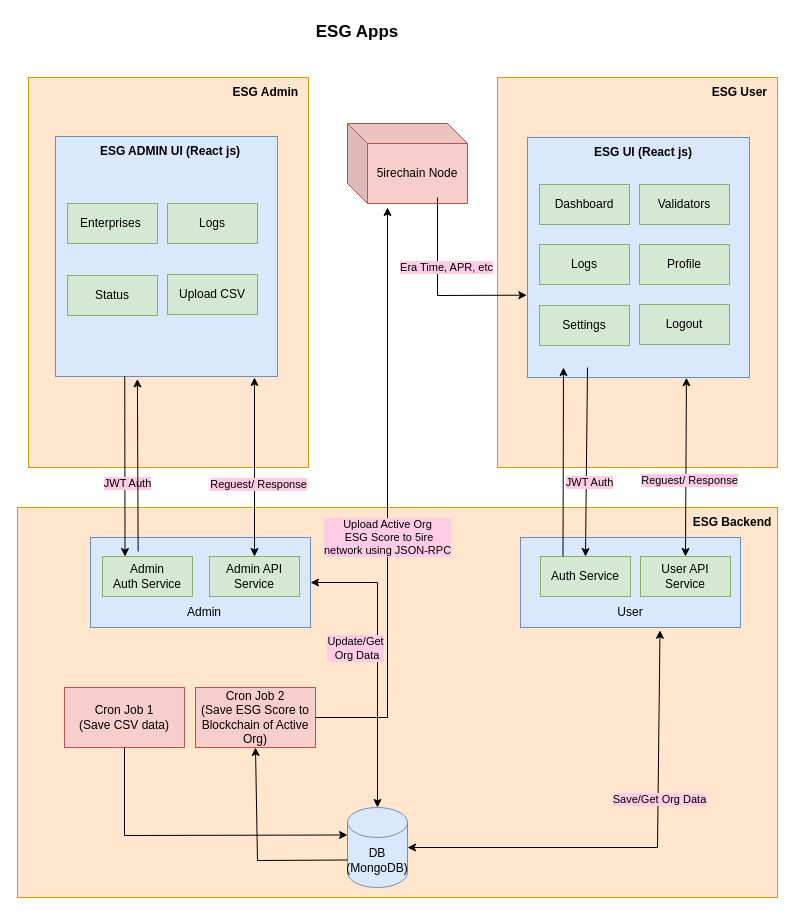
Before: esgapp.drawio in kulwindersingh-ant/drawio, a draw.io diagram. Source tidied: cells renumbered, new cells numbered last; positions are measured from the earlier drawing's top-left corner, leaving out a move shared by most shapes. Both pictures are drawn from the tidied source at 100%, with x=0, y=0 at pixel (17, 17).
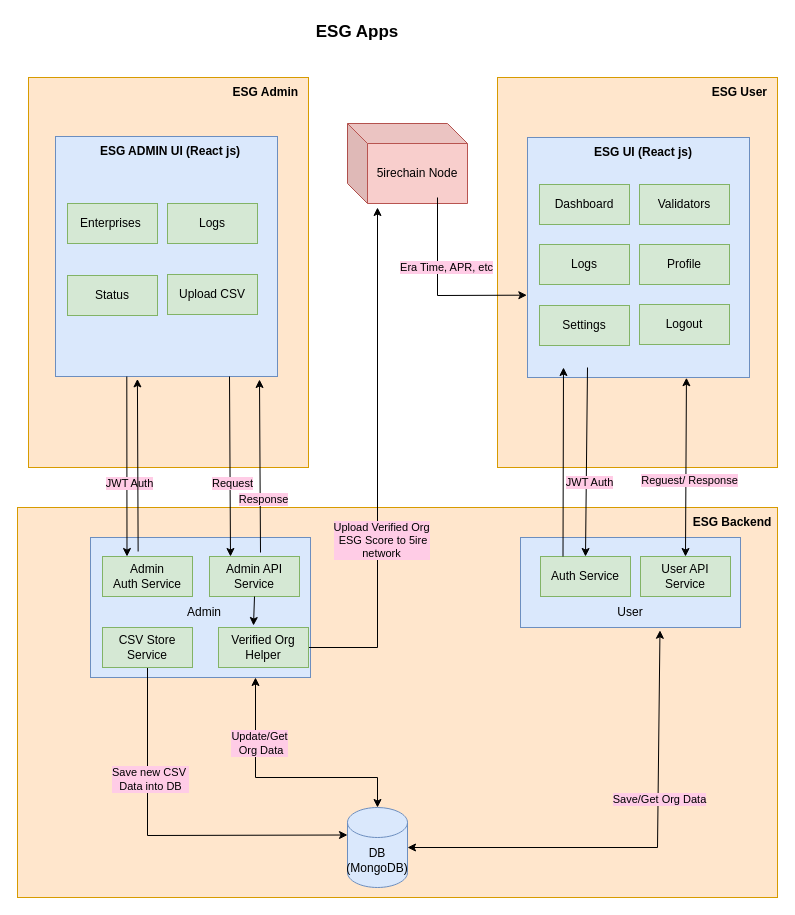
After the change.

The change refers to these unchanged cells:
```xml
<mxCell id="25" style="rounded=0;whiteSpace=wrap;html=1;fillColor=#dae8fc;strokeColor=#6c8ebf;" parent="1" vertex="1">
  <mxGeometry x="38" y="119" width="222" height="240" as="geometry" />
</mxCell>
<mxCell id="33" value="Admin&lt;br&gt;Auth Service" style="rounded=0;whiteSpace=wrap;html=1;fillColor=#d5e8d4;strokeColor=#82b366;" parent="1" vertex="1">
  <mxGeometry x="85" y="539" width="90" height="40" as="geometry" />
</mxCell>
<mxCell id="34" value="Admin API Service" style="rounded=0;whiteSpace=wrap;html=1;fillColor=#d5e8d4;strokeColor=#82b366;" parent="1" vertex="1">
  <mxGeometry x="192" y="539" width="90" height="40" as="geometry" />
</mxCell>
<mxCell id="41" value="DB&lt;br&gt;(MongoDB)" style="shape=cylinder3;whiteSpace=wrap;html=1;boundedLbl=1;backgroundOutline=1;size=15;fillColor=#dae8fc;strokeColor=#6c8ebf;" parent="1" vertex="1">
  <mxGeometry x="330" y="790" width="60" height="80" as="geometry" />
</mxCell>
```

The edit, as a diff of the source:
```diff
@@
     <mxCell id="32" style="rounded=0;whiteSpace=wrap;html=1;fillColor=#dae8fc;strokeColor=#6c8ebf;" parent="1" vertex="1">
-      <mxGeometry x="73" y="520" width="220" height="90" as="geometry" />
+      <mxGeometry x="73" y="520" width="220" height="140" as="geometry" />
     </mxCell>
@@
-    <mxCell id="36" style="endArrow=classic;html=1;rounded=0;exitX=0.312;exitY=1;exitDx=0;exitDy=0;entryX=0.25;entryY=0;entryDx=0;entryDy=0;exitPerimeter=0;" parent="1" edge="1" source="25" target="33">
-      <mxGeometry relative="1" as="geometry" />
+    <mxCell id="36" style="endArrow=classic;html=1;rounded=0;exitX=0.312;exitY=1;exitDx=0;exitDy=0;entryX=0.25;entryY=0;entryDx=0;entryDy=0;exitPerimeter=0;" parent="1" edge="1">
+      <mxGeometry relative="1" as="geometry">
+        <mxPoint x="109.3" y="359" as="sourcePoint" />
+        <mxPoint x="109.5" y="539" as="targetPoint" />
+      </mxGeometry>
     </mxCell>
@@
-    <mxCell id="39" style="endArrow=classic;startArrow=classic;html=1;rounded=0;entryX=0.5;entryY=0;entryDx=0;entryDy=0;" parent="1" edge="1" target="34">
-      <mxGeometry relative="1" as="geometry">
-        <mxPoint x="237" y="360" as="sourcePoint" />
-      </mxGeometry>
-    </mxCell>
-    <mxCell id="40" value="Reguest/ Response" style="edgeLabel;html=1;align=center;verticalAlign=middle;labelBackgroundColor=#FFCCE6;" parent="39" vertex="1">
-      <mxGeometry x="-0.03" y="3" relative="1" as="geometry">
-        <mxPoint y="19" as="offset" />
-      </mxGeometry>
-    </mxCell>
@@
-    <mxCell id="44" style="endArrow=classic;startArrow=classic;html=1;rounded=0;entryX=1;entryY=0.5;entryDx=0;entryDy=0;exitX=0.5;exitY=0;exitDx=0;exitDy=0;exitPerimeter=0;" parent="1" edge="1" source="41" target="32">
+    <mxCell id="44" style="endArrow=classic;startArrow=classic;html=1;rounded=0;exitX=0.5;exitY=0;exitDx=0;exitDy=0;exitPerimeter=0;entryX=0.75;entryY=1;entryDx=0;entryDy=0;" parent="1" edge="1" source="41" target="32">
       <mxGeometry relative="1" as="geometry">
         <Array as="points">
-          <mxPoint x="360" y="565" />
+          <mxPoint x="360" y="760" />
+          <mxPoint x="238" y="760" />
         </Array>
       </mxGeometry>
     </mxCell>
     <mxCell id="45" value="Update/Get&lt;br&gt;&amp;nbsp;Org Data" style="edgeLabel;html=1;align=center;verticalAlign=middle;labelBackgroundColor=#FFCCE6;" parent="44" vertex="1">
       <mxGeometry x="0.28" y="-1" relative="1" as="geometry">
-        <mxPoint x="-24" y="27" as="offset" />
+        <mxPoint x="2" y="-26" as="offset" />
       </mxGeometry>
     </mxCell>
-    <mxCell id="46" value="Cron Job 1&lt;br&gt;(Save CSV data)" style="rounded=0;whiteSpace=wrap;html=1;fillColor=#f8cecc;strokeColor=#b85450;" parent="1" vertex="1">
-      <mxGeometry x="47" y="670" width="120" height="60" as="geometry" />
-    </mxCell>
-    <mxCell id="47" style="endArrow=classic;html=1;rounded=0;exitX=0.5;exitY=1;exitDx=0;exitDy=0;entryX=0;entryY=0;entryDx=0;entryDy=27.5;entryPerimeter=0;" parent="1" edge="1" source="46" target="41">
+    <mxCell id="47" style="endArrow=classic;html=1;rounded=0;exitX=0.5;exitY=1;exitDx=0;exitDy=0;entryX=0;entryY=0;entryDx=0;entryDy=27.5;entryPerimeter=0;" parent="1" edge="1" source="55" target="41">
       <mxGeometry relative="1" as="geometry">
         <Array as="points">
-          <mxPoint x="107" y="818" />
+          <mxPoint x="130" y="818" />
         </Array>
       </mxGeometry>
     </mxCell>
-    <mxCell id="48" value="Cron Job 2&lt;br&gt;(Save ESG Score to Blockchain of Active Org)" style="rounded=0;whiteSpace=wrap;html=1;fillColor=#f8cecc;strokeColor=#b85450;" parent="1" vertex="1">
-      <mxGeometry x="178" y="670" width="120" height="60" as="geometry" />
-    </mxCell>
-    <mxCell id="49" style="endArrow=classic;html=1;rounded=0;entryX=0.5;entryY=1;entryDx=0;entryDy=0;exitX=0;exitY=0;exitDx=0;exitDy=52.5;exitPerimeter=0;" parent="1" edge="1" source="41" target="48">
-      <mxGeometry relative="1" as="geometry">
-        <Array as="points">
-          <mxPoint x="240" y="843" />
-        </Array>
-      </mxGeometry>
-    </mxCell>
@@
-    <mxCell id="53" style="endArrow=classic;html=1;rounded=0;exitX=1;exitY=0.5;exitDx=0;exitDy=0;" parent="1" edge="1" source="48">
+    <mxCell id="53" style="endArrow=classic;html=1;rounded=0;" parent="1" edge="1" source="57">
       <mxGeometry relative="1" as="geometry">
-        <mxPoint x="370" y="190" as="targetPoint" />
+        <mxPoint x="360" y="190" as="targetPoint" />
         <Array as="points">
-          <mxPoint x="370" y="700" />
+          <mxPoint x="360" y="630" />
         </Array>
       </mxGeometry>
     </mxCell>
-    <mxCell id="54" value="Upload Active Org&lt;br&gt;&amp;nbsp;ESG Score to&amp;nbsp;5ire &lt;br&gt;network using JSON-RPC" style="edgeLabel;html=1;align=center;verticalAlign=middle;labelBackgroundColor=#FFCCE6;" parent="53" vertex="1">
+    <mxCell id="54" value="Upload Verified Org&lt;br&gt;&amp;nbsp;ESG Score to&amp;nbsp;5ire &lt;br&gt;network" style="edgeLabel;html=1;align=center;verticalAlign=middle;labelBackgroundColor=#FFCCE6;" parent="53" vertex="1">
       <mxGeometry x="-0.09" y="1" relative="1" as="geometry">
-        <mxPoint y="12" as="offset" />
+        <mxPoint x="4" y="55" as="offset" />
       </mxGeometry>
     </mxCell>
+    <mxCell id="55" value="CSV Store Service" style="rounded=0;whiteSpace=wrap;html=1;fillColor=#d5e8d4;strokeColor=#82b366;" parent="1" vertex="1">
+      <mxGeometry x="85" y="610" width="90" height="40" as="geometry" />
+    </mxCell>
+    <mxCell id="56" value="Save new CSV&amp;nbsp;&lt;br&gt;Data into DB" style="edgeLabel;html=1;align=center;verticalAlign=middle;labelBackgroundColor=#FFCCE6;" parent="1" vertex="1">
+      <mxGeometry x="201" y="700" as="geometry">
+        <mxPoint x="-69" y="61" as="offset" />
+      </mxGeometry>
+    </mxCell>
+    <mxCell id="57" value="Verified Org&lt;br&gt;Helper" style="rounded=0;whiteSpace=wrap;html=1;fillColor=#d5e8d4;strokeColor=#82b366;" parent="1" vertex="1">
+      <mxGeometry x="201" y="610" width="90" height="40" as="geometry" />
+    </mxCell>
+    <mxCell id="58" style="endArrow=classic;html=1;rounded=0;exitX=0.312;exitY=1;exitDx=0;exitDy=0;entryX=0.25;entryY=0;entryDx=0;entryDy=0;exitPerimeter=0;" parent="1" edge="1">
+      <mxGeometry relative="1" as="geometry">
+        <mxPoint x="212" y="359" as="sourcePoint" />
+        <mxPoint x="213" y="539" as="targetPoint" />
+      </mxGeometry>
+    </mxCell>
+    <mxCell id="59" value="Request" style="edgeLabel;html=1;align=center;verticalAlign=middle;labelBackgroundColor=#FFCCE6;" parent="58" vertex="1">
+      <mxGeometry y="2" relative="1" as="geometry">
+        <mxPoint y="17" as="offset" />
+      </mxGeometry>
+    </mxCell>
+    <mxCell id="60" style="endArrow=classic;html=1;rounded=0;exitX=0.396;exitY=-0.125;exitDx=0;exitDy=0;exitPerimeter=0;entryX=0.369;entryY=1.01;entryDx=0;entryDy=0;entryPerimeter=0;" parent="1" edge="1">
+      <mxGeometry relative="1" as="geometry">
+        <mxPoint x="243" y="535" as="sourcePoint" />
+        <mxPoint x="242" y="362" as="targetPoint" />
+      </mxGeometry>
+    </mxCell>
+    <mxCell id="61" value="Response" style="edgeLabel;html=1;align=center;verticalAlign=middle;labelBackgroundColor=#FFCCE6;" parent="1" vertex="1">
+      <mxGeometry x="249.5" y="484" as="geometry">
+        <mxPoint x="-4" y="-3" as="offset" />
+      </mxGeometry>
+    </mxCell>
+    <mxCell id="62" style="endArrow=classic;html=1;rounded=0;exitX=0.5;exitY=1;exitDx=0;exitDy=0;entryX=0.389;entryY=-0.05;entryDx=0;entryDy=0;entryPerimeter=0;" parent="1" edge="1" source="34" target="57">
+      <mxGeometry relative="1" as="geometry" />
+    </mxCell>
```
